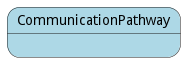
Above: docs/edgemere/cpl/pw/models/communicationpathway/statenet.png in madajaju/edgemere (PlantUML), before the change. Its diagram source:
```plantuml
@startuml



state CommunicationPathway #lightblue {




}


@enduml
```
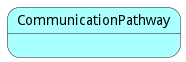
After the change.

The edit, as a diff of the source:
```diff
@@ -2,7 +2,7 @@
 
 
 
-state CommunicationPathway #lightblue {
+state CommunicationPathway #aaffff {
 
 
 
```
